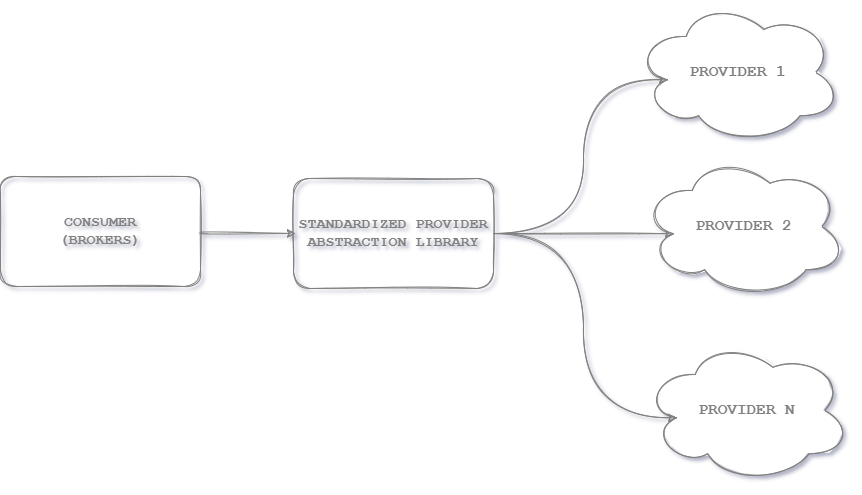
hassanhabib/The-Standard keeps this draw.io diagram as 1. Brokers/Resources/Brokers-1.8.0.png. Above is the earlier version. Source tidied: cells renumbered, new cells last; positions are measured from the earlier drawing's top-left corner, leaving out a move shared by most shapes.
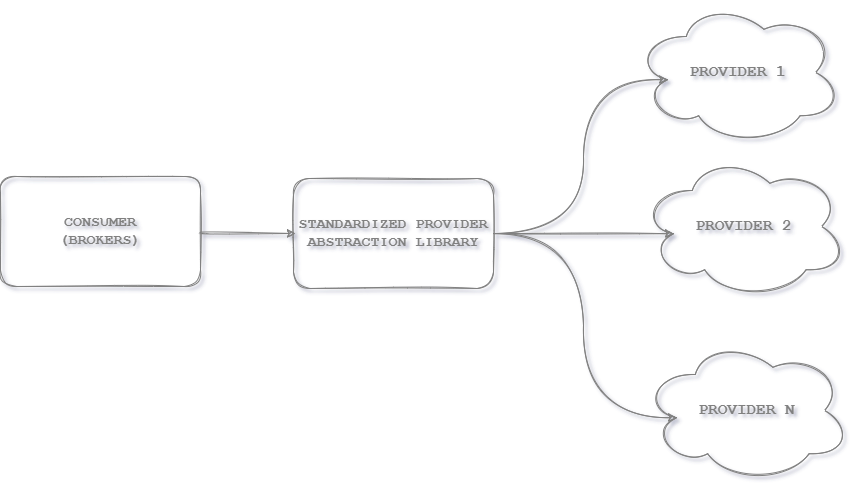
Later version of the same file.

Commit message:
CODE RUB: Update Provider Drawing

Change to the diagram source:
```diff
@@ -32,13 +32,13 @@
     <mxCell id="7" value="&lt;font color=&quot;#808080&quot;&gt;&lt;span style=&quot;font-size: 15px&quot;&gt;STANDARDIZED PROVIDER ABSTRACTION LIBRARY&lt;br&gt;&lt;/span&gt;&lt;/font&gt;" style="rounded=1;whiteSpace=wrap;html=1;sketch=1;fillColor=none;fontSize=11;labelBackgroundColor=none;strokeColor=#808080;fontStyle=1;fontFamily=Courier New;" parent="1" vertex="1">
       <mxGeometry x="293" y="178" width="200" height="110" as="geometry" />
     </mxCell>
-    <mxCell id="8" value="PROVIDER 1" style="ellipse;shape=cloud;whiteSpace=wrap;html=1;strokeColor=#808080;fontColor=#808080;sketch=1;rounded=1;fontStyle=1;fontSize=16;fontFamily=Courier New;" parent="1" vertex="1">
+    <mxCell id="8" value="PROVIDER 1" style="ellipse;shape=cloud;whiteSpace=wrap;html=1;strokeColor=#808080;fontColor=#808080;sketch=1;rounded=1;fontStyle=1;fontSize=16;fontFamily=Courier New;labelBackgroundColor=none;fillColor=none;" parent="1" vertex="1">
       <mxGeometry x="634" width="207" height="144" as="geometry" />
     </mxCell>
-    <mxCell id="9" value="PROVIDER 2" style="ellipse;shape=cloud;whiteSpace=wrap;html=1;strokeColor=#808080;fontColor=#808080;sketch=1;rounded=1;fontStyle=1;fontSize=16;fontFamily=Courier New;" parent="1" vertex="1">
+    <mxCell id="9" value="PROVIDER 2" style="ellipse;shape=cloud;whiteSpace=wrap;html=1;strokeColor=#808080;fontColor=#808080;sketch=1;rounded=1;fontStyle=1;fontSize=16;fontFamily=Courier New;labelBackgroundColor=none;fillColor=none;" parent="1" vertex="1">
       <mxGeometry x="640" y="154" width="207" height="144" as="geometry" />
     </mxCell>
-    <mxCell id="10" value="PROVIDER N" style="ellipse;shape=cloud;whiteSpace=wrap;html=1;strokeColor=#808080;fontColor=#808080;sketch=1;rounded=1;fontStyle=1;fontSize=16;fontFamily=Courier New;" parent="1" vertex="1">
+    <mxCell id="10" value="PROVIDER N" style="ellipse;shape=cloud;whiteSpace=wrap;html=1;strokeColor=#808080;fontColor=#808080;sketch=1;rounded=1;fontStyle=1;fontSize=16;fontFamily=Courier New;labelBackgroundColor=none;fillColor=none;" parent="1" vertex="1">
       <mxGeometry x="643" y="338" width="207" height="144" as="geometry" />
     </mxCell>
   </root>
```
